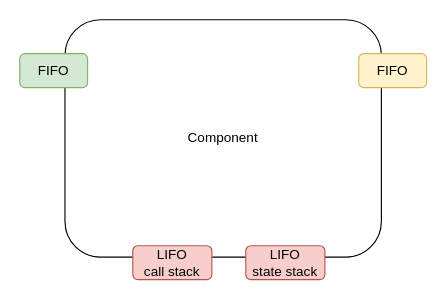
This is page "FIFO vs LIFO" (5 of 6) of hsm.drawio from guitarvydas/hsm, a draw.io file, before an edit. Source tidied: cells renumbered, new cells numbered last; positions are measured from the earlier drawing's top-left corner, leaving out a move shared by most shapes. Both pictures are drawn from the tidied source at 113%, with x=0, y=0 at pixel (19, 19).
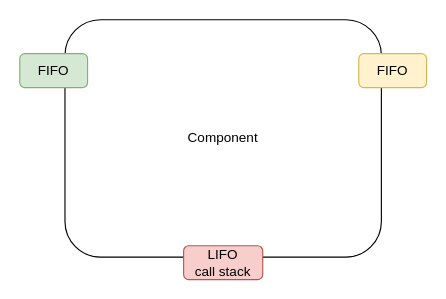
The same diagram, later.

What changed in the source:
```diff
@@
 <mxGraphModel>
   <root>
     <mxCell id="0" />
     <mxCell id="1" parent="0" />
     <mxCell id="2" value="Component" style="rounded=1;whiteSpace=wrap;html=1;shadow=0;" parent="1" vertex="1">
       <mxGeometry x="40" width="280" height="210" as="geometry" />
     </mxCell>
     <mxCell id="3" value="FIFO" style="rounded=1;whiteSpace=wrap;html=1;shadow=0;fillColor=#d5e8d4;strokeColor=#82b366;" parent="1" vertex="1">
       <mxGeometry y="30" width="60" height="30" as="geometry" />
     </mxCell>
     <mxCell id="4" value="FIFO" style="rounded=1;whiteSpace=wrap;html=1;shadow=0;fillColor=#fff2cc;strokeColor=#d6b656;" parent="1" vertex="1">
       <mxGeometry x="300" y="30" width="60" height="30" as="geometry" />
     </mxCell>
     <mxCell id="5" value="LIFO&lt;br&gt;call stack" style="rounded=1;whiteSpace=wrap;html=1;shadow=0;fillColor=#f8cecc;strokeColor=#b85450;" parent="1" vertex="1">
-      <mxGeometry x="100" y="200" width="70" height="30" as="geometry" />
+      <mxGeometry x="145" y="200" width="70" height="30" as="geometry" />
     </mxCell>
-    <mxCell id="6" value="LIFO&lt;br&gt;state stack" style="rounded=1;whiteSpace=wrap;html=1;shadow=0;fillColor=#f8cecc;strokeColor=#b85450;" parent="1" vertex="1">
-      <mxGeometry x="200" y="200" width="70" height="30" as="geometry" />
-    </mxCell>
   </root>
 </mxGraphModel>
```
